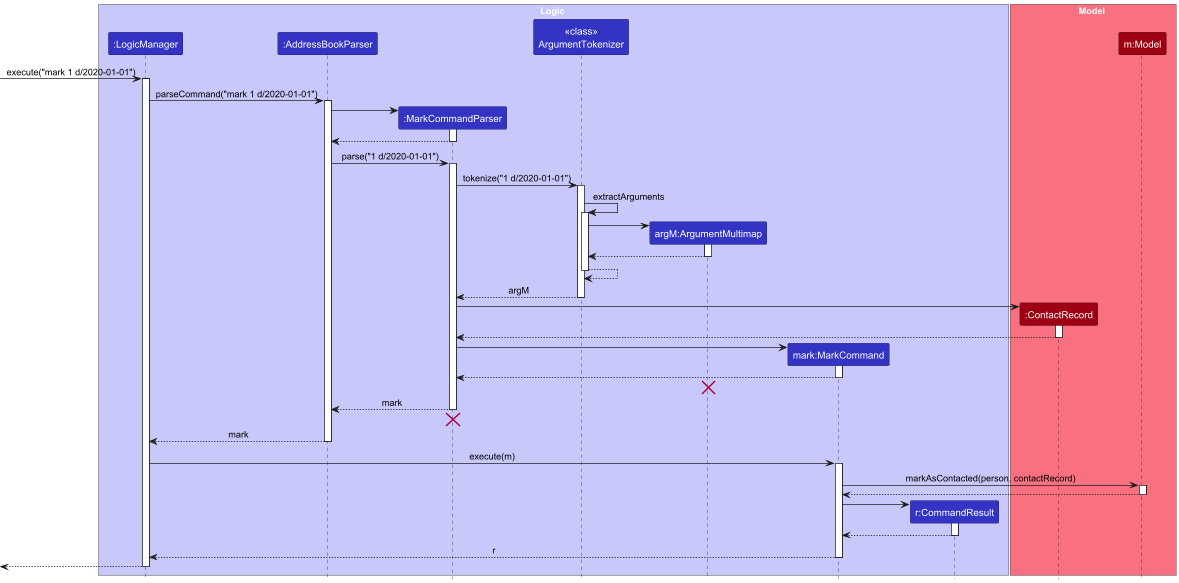
nus-cs2103-AY2425S1/tp keeps this PlantUML diagram as docs/images/MarkSequenceDiagram.png. Above is the earlier version.
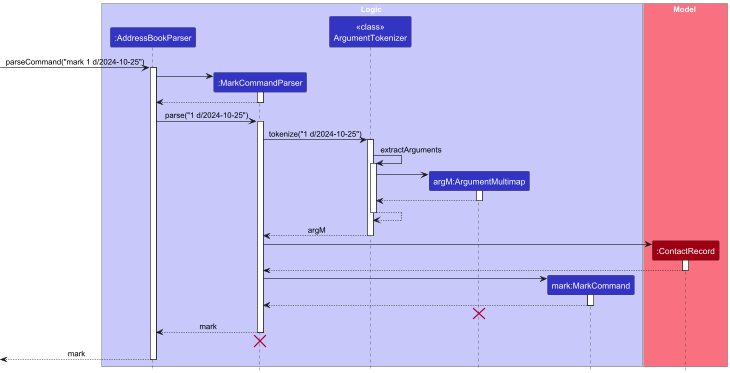
Above is the later version.

Commit message:
Make mark diagram smaller

The edit, as a diff of the source:
```diff
@@ -3,24 +3,18 @@
 skinparam ArrowFontStyle plain
 
 box Logic LOGIC_COLOR_T1
-participant ":LogicManager" as LogicManager LOGIC_COLOR
 participant ":AddressBookParser" as AddressBookParser LOGIC_COLOR
 participant ":MarkCommandParser" as MarkCommandParser LOGIC_COLOR
 participant "<<class>>\nArgumentTokenizer" as ArgumentTokenizer LOGIC_COLOR
 participant "argM:ArgumentMultimap" as ArgumentMultimap LOGIC_COLOR
 participant "mark:MarkCommand" as MarkCommand LOGIC_COLOR
-participant "r:CommandResult" as CommandResult LOGIC_COLOR
 end box
 
 box Model MODEL_COLOR_T1
 participant ":ContactRecord" as ContactRecord MODEL_COLOR
-participant "m:Model" as Model MODEL_COLOR
 end box
 
-[-> LogicManager : execute("mark 1 d/2020-01-01")
-activate LogicManager
-
-LogicManager -> AddressBookParser : parseCommand("mark 1 d/2020-01-01")
+[-> AddressBookParser : parseCommand("mark 1 d/2024-10-25")
 activate AddressBookParser
 
 create MarkCommandParser
@@ -32,9 +26,9 @@
 MarkCommandParser --> AddressBookParser
 deactivate MarkCommandParser
 
-AddressBookParser -> MarkCommandParser : parse("1 d/2020-01-01")
+AddressBookParser -> MarkCommandParser : parse("1 d/2024-10-25")
 activate MarkCommandParser
-MarkCommandParser -> ArgumentTokenizer : tokenize("1 d/2020-01-01")
+MarkCommandParser -> ArgumentTokenizer : tokenize("1 d/2024-10-25")
 activate ArgumentTokenizer
 ArgumentTokenizer -> ArgumentTokenizer : extractArguments
 activate ArgumentTokenizer
@@ -73,28 +67,7 @@
 
 
 
-AddressBookParser --> LogicManager : mark
+[<--AddressBookParser: mark
 deactivate AddressBookParser
 
-LogicManager -> MarkCommand : execute(m)
-activate MarkCommand
-
-MarkCommand -> Model : markAsContacted(person, contactRecord)
-activate Model
-
-Model --> MarkCommand
-deactivate Model
-
-create CommandResult
-MarkCommand -> CommandResult
-activate CommandResult
-
-CommandResult --> MarkCommand
-deactivate CommandResult
-
-MarkCommand --> LogicManager : r
-deactivate MarkCommand
-
-[<--LogicManager
-deactivate LogicManager
 @enduml
```
